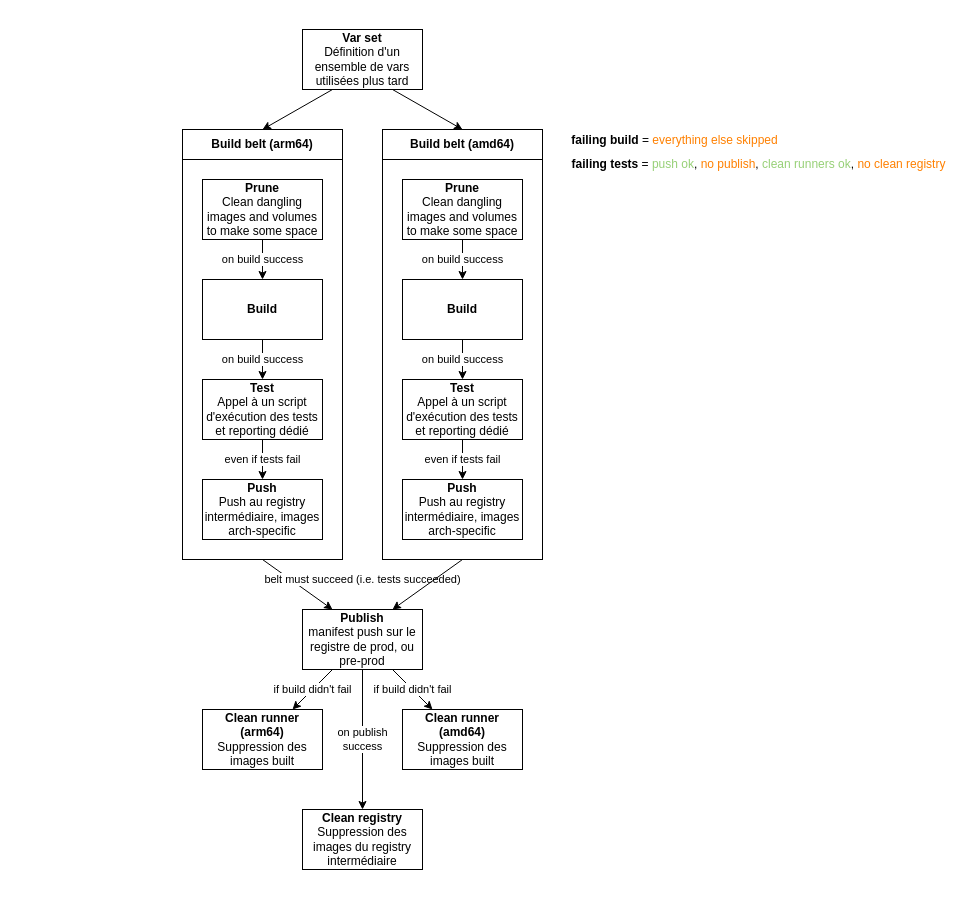
Before: page "nightly" (1 of 4) of .github/workflows/diagrams.drawio in ThePorgs/Exegol-images, a draw.io diagram. Source tidied: cells renumbered, new cells numbered last; positions are measured from the earlier drawing's top-left corner, leaving out a move shared by most shapes. Both pictures are drawn from the tidied source at 100%, with x=0, y=0 at pixel (182, 29).
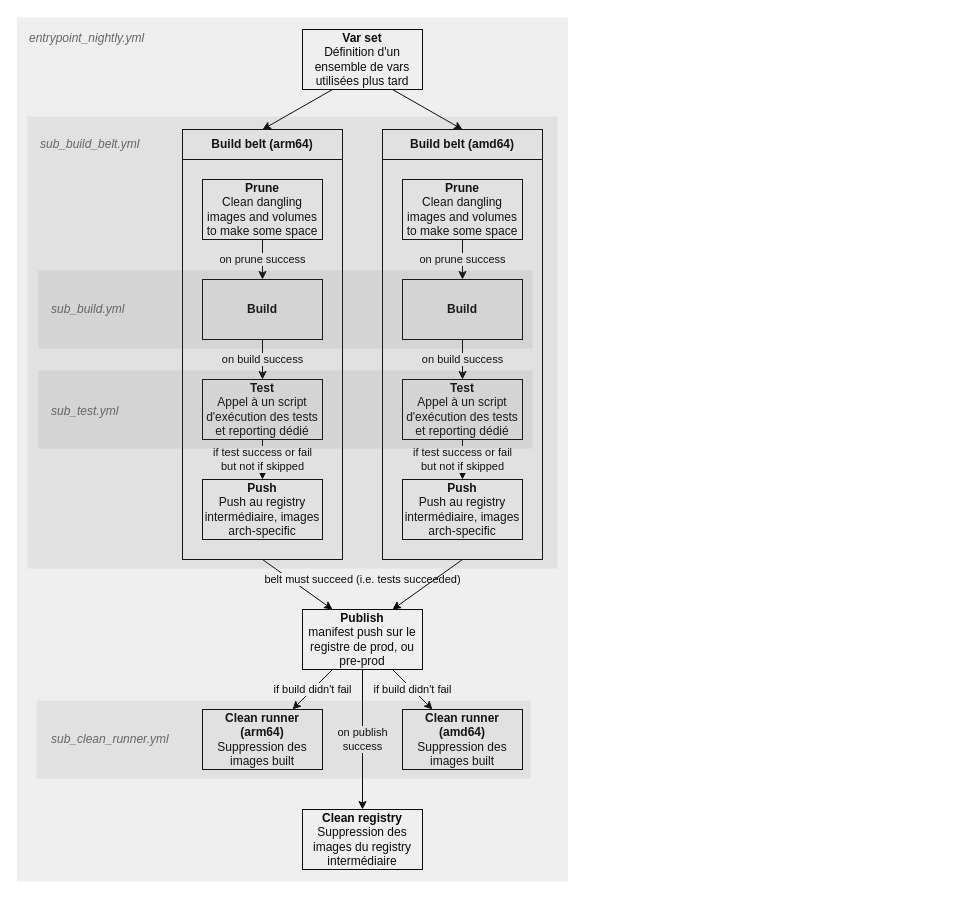
The same diagram, later.

Commit message (it also covers changes not shown here):
testing failing build

Unchanged cells that the change refers to:
```xml
<mxCell id="20" value="&lt;b&gt;Prune&lt;/b&gt;&lt;br&gt;Clean dangling images and volumes to make some space" style="whiteSpace=wrap;html=1;" parent="1" vertex="1">
  <mxGeometry x="20" y="150" width="120" height="60" as="geometry" />
</mxCell>
<mxCell id="22" value="&lt;b&gt;Build&lt;/b&gt;" style="whiteSpace=wrap;html=1;" parent="1" vertex="1">
  <mxGeometry x="20" y="250" width="120" height="60" as="geometry" />
</mxCell>
<mxCell id="24" value="&lt;b&gt;Test&lt;/b&gt;&lt;br&gt;Appel à un script d'exécution des tests et reporting dédié" style="whiteSpace=wrap;html=1;" parent="1" vertex="1">
  <mxGeometry x="20" y="350" width="120" height="60" as="geometry" />
</mxCell>
<mxCell id="25" value="&lt;b&gt;Push&lt;/b&gt;&lt;br&gt;Push au registry intermédiaire, images arch-specific" style="whiteSpace=wrap;html=1;" parent="1" vertex="1">
  <mxGeometry x="20" y="450" width="120" height="60" as="geometry" />
</mxCell>
<mxCell id="29" value="&lt;b&gt;Prune&lt;/b&gt;&lt;br&gt;Clean dangling images and volumes to make some space" style="whiteSpace=wrap;html=1;" parent="1" vertex="1">
  <mxGeometry x="220" y="150" width="120" height="60" as="geometry" />
</mxCell>
<mxCell id="31" value="&lt;b&gt;Build&lt;/b&gt;" style="whiteSpace=wrap;html=1;" parent="1" vertex="1">
  <mxGeometry x="220" y="250" width="120" height="60" as="geometry" />
</mxCell>
<mxCell id="33" value="&lt;b&gt;Test&lt;/b&gt;&lt;br&gt;Appel à un script d'exécution des tests et reporting dédié" style="whiteSpace=wrap;html=1;" parent="1" vertex="1">
  <mxGeometry x="220" y="350" width="120" height="60" as="geometry" />
</mxCell>
<mxCell id="34" value="&lt;b&gt;Push&lt;/b&gt;&lt;br&gt;Push au registry intermédiaire, images arch-specific" style="whiteSpace=wrap;html=1;" parent="1" vertex="1">
  <mxGeometry x="220" y="450" width="120" height="60" as="geometry" />
</mxCell>
```

Diff of the diagram source:
```diff
@@
     <mxCell id="5" style="edgeStyle=none;rounded=0;orthogonalLoop=1;jettySize=auto;html=1;" parent="1" edge="1">
       <mxGeometry relative="1" as="geometry">
-        <mxPoint x="100" y="190" as="sourcePoint" />
+        <mxPoint x="-140.5" y="148" as="sourcePoint" />
       </mxGeometry>
     </mxCell>
     <mxCell id="6" style="edgeStyle=none;rounded=0;orthogonalLoop=1;jettySize=auto;html=1;" parent="1" edge="1">
       <mxGeometry relative="1" as="geometry">
-        <mxPoint x="100" y="320" as="sourcePoint" />
+        <mxPoint x="-140.5" y="278" as="sourcePoint" />
       </mxGeometry>
     </mxCell>
     <mxCell id="7" style="edgeStyle=none;rounded=0;orthogonalLoop=1;jettySize=auto;html=1;" parent="1" edge="1">
       <mxGeometry relative="1" as="geometry">
-        <mxPoint x="100" y="450" as="sourcePoint" />
+        <mxPoint x="-140.5" y="408" as="sourcePoint" />
       </mxGeometry>
     </mxCell>
@@
-    <mxCell id="19" value="on build success" style="edgeStyle=none;rounded=0;jettySize=auto;html=1;" parent="1" edge="1" source="20" target="22">
+    <mxCell id="19" value="on prune success" style="edgeStyle=none;rounded=0;jettySize=auto;html=1;" parent="1" edge="1" source="20" target="22">
       <mxGeometry relative="1" as="geometry" />
     </mxCell>
@@
-    <mxCell id="23" value="even if tests fail" style="edgeStyle=none;rounded=0;jettySize=auto;html=1;" parent="1" edge="1" source="24" target="25">
+    <mxCell id="23" value="if test success or fail&lt;br&gt;but not if skipped" style="edgeStyle=none;rounded=0;jettySize=auto;html=1;" parent="1" edge="1" source="24" target="25">
       <mxGeometry relative="1" as="geometry" />
     </mxCell>
@@
-    <mxCell id="28" value="on build success" style="edgeStyle=none;rounded=0;jettySize=auto;html=1;" parent="1" edge="1" source="29" target="31">
+    <mxCell id="28" value="on prune success" style="edgeStyle=none;rounded=0;jettySize=auto;html=1;" parent="1" edge="1" source="29" target="31">
       <mxGeometry relative="1" as="geometry" />
     </mxCell>
@@
-    <mxCell id="32" value="even if tests fail" style="edgeStyle=none;rounded=0;jettySize=auto;html=1;" parent="1" edge="1" source="33" target="34">
+    <mxCell id="32" value="if test success or fail&lt;br&gt;but not if skipped" style="edgeStyle=none;rounded=0;jettySize=auto;html=1;" parent="1" edge="1" source="33" target="34">
       <mxGeometry relative="1" as="geometry" />
     </mxCell>
@@
-    <mxCell id="35" value="&lt;b&gt;failing tests&lt;/b&gt; = &lt;font color=&quot;#97d077&quot;&gt;push ok&lt;/font&gt;, &lt;font color=&quot;#ff8000&quot;&gt;no publish&lt;/font&gt;, &lt;font color=&quot;#97d077&quot;&gt;clean runners ok&lt;/font&gt;, &lt;font color=&quot;#ff8000&quot;&gt;no clean registry&lt;/font&gt;" style="text;html=1;align=center;verticalAlign=middle;strokeColor=none;fillColor=none;" parent="1" vertex="1">
-      <mxGeometry x="384" y="126" width="384" height="18" as="geometry" />
-    </mxCell>
-    <mxCell id="36" value="&lt;b&gt;failing build&lt;/b&gt; = &lt;font color=&quot;#ff8000&quot;&gt;everything else skipped&lt;/font&gt;" style="text;html=1;align=center;verticalAlign=middle;strokeColor=none;fillColor=none;" parent="1" vertex="1">
-      <mxGeometry x="384" y="102" width="216" height="18" as="geometry" />
-    </mxCell>
+    <mxCell id="37" style="group;" parent="1" vertex="1">
+      <mxGeometry x="-144" y="341" width="494" height="78" as="geometry" />
+    </mxCell>
+    <mxCell id="38" style="rounded=0;whiteSpace=wrap;html=1;fillColor=#666666;fontColor=#333333;strokeColor=none;dashed=1;opacity=10;" parent="37" vertex="1">
+      <mxGeometry width="494" height="78" as="geometry" />
+    </mxCell>
+    <mxCell id="39" value="sub_test.yml" style="text;html=1;align=left;verticalAlign=middle;strokeColor=none;fillColor=none;fontStyle=2;fontColor=#666666;" parent="37" vertex="1">
+      <mxGeometry x="11" y="32" width="77" height="18" as="geometry" />
+    </mxCell>
+    <mxCell id="40" style="group;" parent="1" vertex="1">
+      <mxGeometry x="-144" y="241" width="494" height="78" as="geometry" />
+    </mxCell>
+    <mxCell id="41" style="rounded=0;whiteSpace=wrap;html=1;fillColor=#666666;fontColor=#333333;strokeColor=none;dashed=1;opacity=10;" parent="40" vertex="1">
+      <mxGeometry width="494" height="78" as="geometry" />
+    </mxCell>
+    <mxCell id="42" value="sub_build.yml" style="text;html=1;align=left;verticalAlign=middle;strokeColor=none;fillColor=none;fontStyle=2;fontColor=#666666;" parent="40" vertex="1">
+      <mxGeometry x="11" y="30" width="83" height="18" as="geometry" />
+    </mxCell>
+    <mxCell id="43" style="group;" parent="1" vertex="1">
+      <mxGeometry x="-146" y="671" width="494" height="78" as="geometry" />
+    </mxCell>
+    <mxCell id="44" style="rounded=0;whiteSpace=wrap;html=1;fillColor=#666666;fontColor=#333333;strokeColor=none;dashed=1;opacity=10;" parent="43" vertex="1">
+      <mxGeometry width="494" height="78" as="geometry" />
+    </mxCell>
+    <mxCell id="45" value="sub_clean_runner.yml" style="text;html=1;align=left;verticalAlign=middle;strokeColor=none;fillColor=none;fontStyle=2;fontColor=#666666;" parent="43" vertex="1">
+      <mxGeometry x="13" y="30" width="127" height="18" as="geometry" />
+    </mxCell>
+    <mxCell id="46" style="group;" parent="1" vertex="1">
+      <mxGeometry x="-155" y="87" width="530" height="452" as="geometry" />
+    </mxCell>
+    <mxCell id="47" style="rounded=0;whiteSpace=wrap;html=1;fillColor=#666666;fontColor=#333333;strokeColor=none;dashed=1;opacity=10;" parent="46" vertex="1">
+      <mxGeometry width="530" height="452" as="geometry" />
+    </mxCell>
+    <mxCell id="48" value="sub_build_belt.yml" style="text;html=1;align=left;verticalAlign=middle;strokeColor=none;fillColor=none;fontStyle=2;fontColor=#666666;" parent="46" vertex="1">
+      <mxGeometry x="11" y="19" width="109" height="18" as="geometry" />
+    </mxCell>
+    <mxCell id="49" style="group;" parent="1" vertex="1">
+      <mxGeometry x="-165.5" y="-12" width="551" height="864" as="geometry" />
+    </mxCell>
+    <mxCell id="50" style="rounded=0;whiteSpace=wrap;html=1;fillColor=#666666;fontColor=#333333;strokeColor=none;dashed=1;opacity=10;" parent="49" vertex="1">
+      <mxGeometry width="551" height="864" as="geometry" />
+    </mxCell>
+    <mxCell id="51" value="entrypoint_nightly.yml" style="text;html=1;align=left;verticalAlign=middle;strokeColor=none;fillColor=none;fontStyle=2;fontColor=#666666;" parent="49" vertex="1">
+      <mxGeometry x="10.5" y="12" width="125" height="18" as="geometry" />
+    </mxCell>
```
